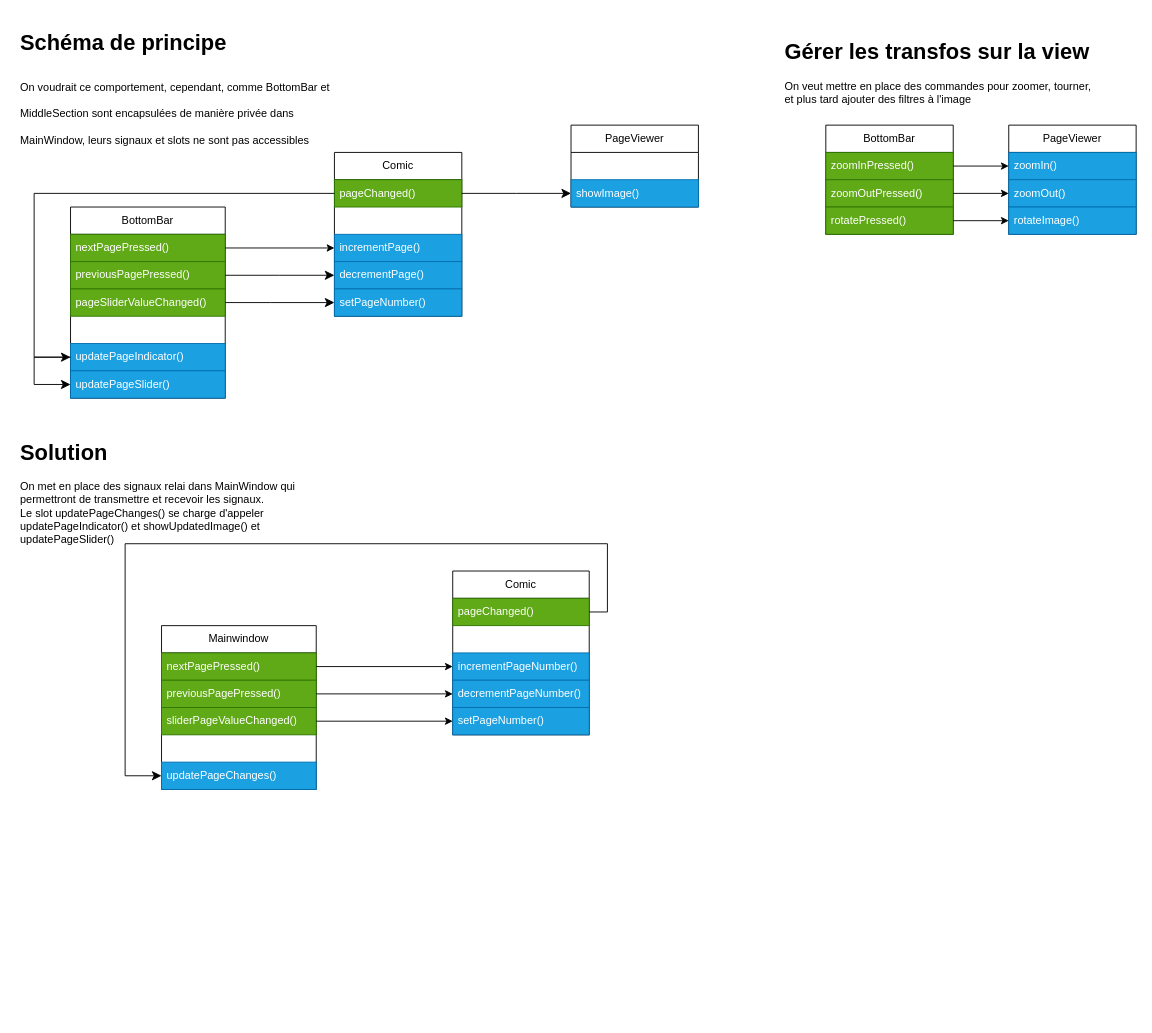
The draw.io diagram doc/design/signalsSlots_classes.drawio in nathanchandanson/Comic_book_reader, before the edit. Source tidied: cells renumbered, new cells numbered last; positions are measured from the earlier drawing's top-left corner, leaving out a move shared by most shapes. Both pictures are drawn from the tidied source at 91%, with x=0, y=0 at pixel (15, 25).
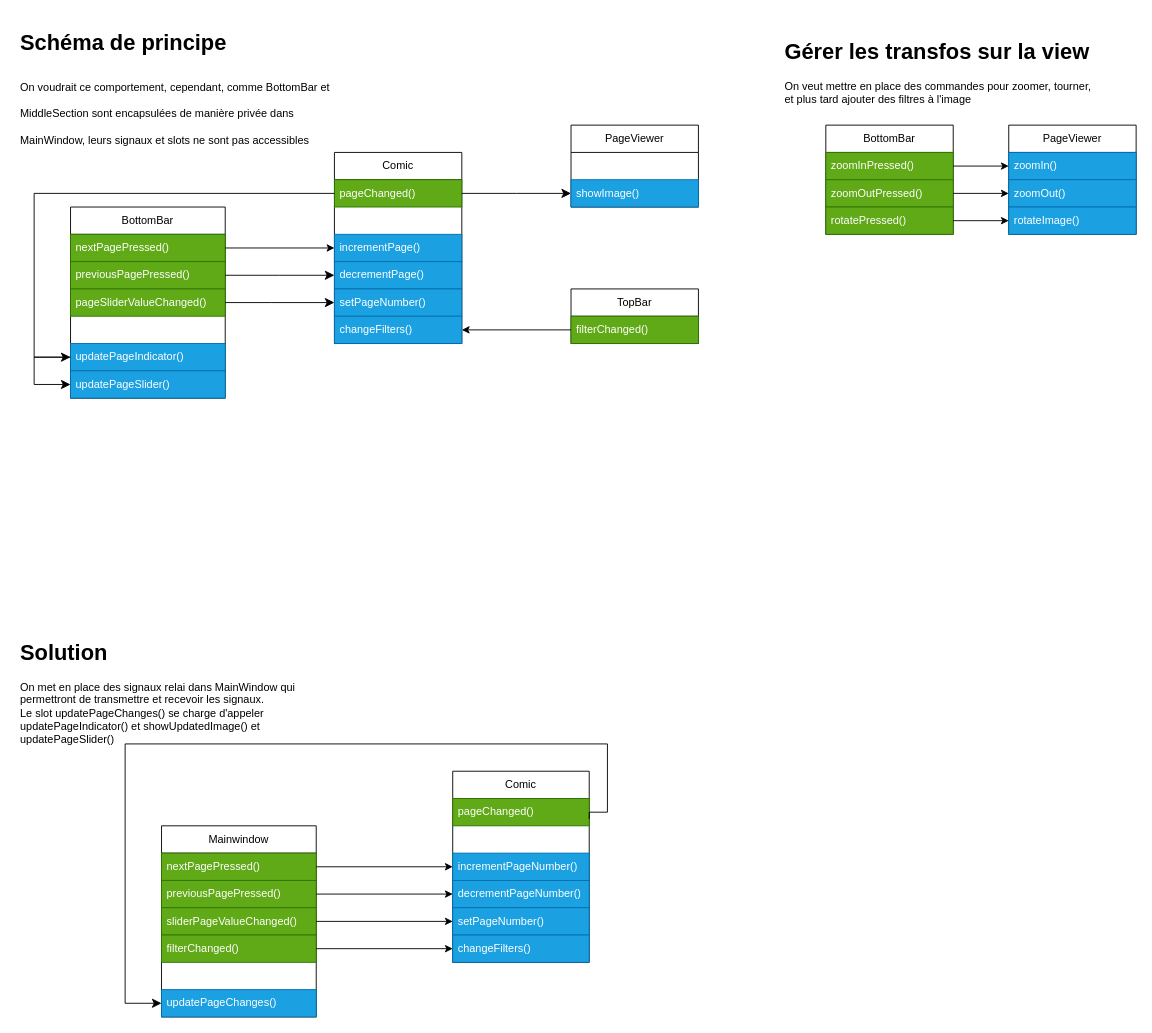
The same diagram, later.

The change refers to these unchanged cells:
```xml
<mxCell id="12" value="showImage()" style="text;strokeColor=#006EAF;fillColor=#1ba1e2;align=left;verticalAlign=middle;spacingLeft=4;spacingRight=4;overflow=hidden;points=[[0,0.5],[1,0.5]];portConstraint=eastwest;whiteSpace=wrap;html=1;fontColor=#ffffff;" parent="10" vertex="1">
  <mxGeometry y="60" width="140" height="30" as="geometry" />
</mxCell>
<mxCell id="14" value="pageChanged()" style="text;strokeColor=#2D7600;fillColor=#60a917;align=left;verticalAlign=middle;spacingLeft=4;spacingRight=4;overflow=hidden;points=[[0,0.5],[1,0.5]];portConstraint=eastwest;whiteSpace=wrap;html=1;fontColor=#ffffff;" parent="13" vertex="1">
  <mxGeometry y="30" width="140" height="30" as="geometry" />
</mxCell>
```

Diff of the diagram source:
```diff
@@
     <mxCell id="13" value="Comic" style="swimlane;fontStyle=0;horizontal=1;startSize=30;whiteSpace=wrap;html=1;" parent="1" vertex="1">
-      <mxGeometry x="350" y="140" width="140" height="180" as="geometry" />
+      <mxGeometry x="350" y="140" width="140" height="210" as="geometry" />
     </mxCell>
@@
+    <mxCell id="54" value="changeFilters()" style="text;strokeColor=#006EAF;fillColor=#1ba1e2;align=left;verticalAlign=middle;spacingLeft=4;spacingRight=4;overflow=hidden;points=[[0,0.5],[1,0.5]];portConstraint=eastwest;whiteSpace=wrap;html=1;fontColor=#ffffff;" parent="13" vertex="1">
+      <mxGeometry y="180" width="140" height="30" as="geometry" />
+    </mxCell>
-    <mxCell id="19" style="edgeStyle=elbowEdgeStyle;elbow=horizontal;endArrow=classic;html=1;curved=0;rounded=0;endSize=8;startSize=8;exitX=1;exitY=0.25;exitDx=0;exitDy=0;entryX=0;entryY=0.5;entryDx=0;entryDy=0;" parent="1" edge="1" source="13" target="12">
+    <mxCell id="19" style="edgeStyle=elbowEdgeStyle;elbow=horizontal;endArrow=classic;html=1;curved=0;rounded=0;endSize=8;startSize=8;exitX=1;exitY=0.5;exitDx=0;exitDy=0;entryX=0;entryY=0.5;entryDx=0;entryDy=0;" parent="1" edge="1" source="14" target="12">
       <mxGeometry relative="1" as="geometry" />
     </mxCell>
@@
     <mxCell id="23" value="Mainwindow" style="swimlane;fontStyle=0;horizontal=1;startSize=30;whiteSpace=wrap;html=1;" parent="1" vertex="1">
-      <mxGeometry x="160" y="660" width="170" height="180" as="geometry" />
+      <mxGeometry x="160" y="880" width="170" height="210" as="geometry" />
     </mxCell>
@@
+    <mxCell id="55" value="filterChanged()" style="text;strokeColor=#2D7600;fillColor=#60a917;align=left;verticalAlign=middle;spacingLeft=4;spacingRight=4;overflow=hidden;points=[[0,0.5],[1,0.5]];portConstraint=eastwest;whiteSpace=wrap;html=1;fontColor=#ffffff;" parent="23" vertex="1">
+      <mxGeometry y="120" width="170" height="30" as="geometry" />
+    </mxCell>
     <mxCell id="27" style="text;strokeColor=none;fillColor=none;align=left;verticalAlign=middle;spacingLeft=4;spacingRight=4;overflow=hidden;whiteSpace=wrap;html=1;" parent="23" vertex="1">
-      <mxGeometry y="120" width="170" height="30" as="geometry" />
+      <mxGeometry y="150" width="170" height="30" as="geometry" />
     </mxCell>
     <mxCell id="28" value="updatePageChanges()" style="text;strokeColor=#006EAF;fillColor=#1ba1e2;align=left;verticalAlign=middle;spacingLeft=4;spacingRight=4;overflow=hidden;points=[[0,0.5],[1,0.5]];portConstraint=eastwest;whiteSpace=wrap;html=1;fontColor=#ffffff;" parent="23" vertex="1">
-      <mxGeometry y="150" width="170" height="30" as="geometry" />
+      <mxGeometry y="180" width="170" height="30" as="geometry" />
     </mxCell>
     <mxCell id="29" value="Comic" style="swimlane;fontStyle=0;horizontal=1;startSize=30;whiteSpace=wrap;html=1;" parent="1" vertex="1">
-      <mxGeometry x="480" y="600" width="150" height="180" as="geometry" />
+      <mxGeometry x="480" y="820" width="150" height="210" as="geometry" />
     </mxCell>
@@
+    <mxCell id="56" value="changeFilters()" style="text;strokeColor=#006EAF;fillColor=#1ba1e2;align=left;verticalAlign=middle;spacingLeft=4;spacingRight=4;overflow=hidden;points=[[0,0.5],[1,0.5]];portConstraint=eastwest;whiteSpace=wrap;html=1;fontColor=#ffffff;" parent="29" vertex="1">
+      <mxGeometry y="180" width="150" height="30" as="geometry" />
+    </mxCell>
@@
-    <mxCell id="38" style="edgeStyle=segmentEdgeStyle;endArrow=classic;html=1;curved=0;rounded=0;endSize=8;startSize=8;exitX=1;exitY=0.25;exitDx=0;exitDy=0;entryX=0;entryY=0.5;entryDx=0;entryDy=0;" parent="1" edge="1" source="29" target="28">
+    <mxCell id="38" style="edgeStyle=segmentEdgeStyle;endArrow=classic;html=1;curved=0;rounded=0;endSize=8;startSize=8;exitX=1;exitY=0.25;exitDx=0;exitDy=0;" parent="1" edge="1" source="29">
       <mxGeometry relative="1" as="geometry">
+        <mxPoint x="160" y="1075" as="targetPoint" />
         <Array as="points">
-          <mxPoint x="650" y="645" />
-          <mxPoint x="650" y="570" />
-          <mxPoint x="120" y="570" />
-          <mxPoint x="120" y="825" />
+          <mxPoint x="650" y="865" />
+          <mxPoint x="650" y="790" />
+          <mxPoint x="120" y="790" />
+          <mxPoint x="120" y="1075" />
         </Array>
       </mxGeometry>
     </mxCell>
@@
     <mxCell id="40" value="&lt;h1&gt;&lt;span style=&quot;background-color: initial;&quot;&gt;Solution&lt;/span&gt;&lt;/h1&gt;&lt;div&gt;&lt;span style=&quot;background-color: initial;&quot;&gt;On met en place des signaux relai dans MainWindow qui permettront de transmettre et recevoir les signaux.&lt;/span&gt;&lt;/div&gt;&lt;div&gt;Le slot updatePageChanges() se charge d'appeler updatePageIndicator() et showUpdatedImage() et updatePageSlider()&lt;/div&gt;" style="text;html=1;strokeColor=none;fillColor=none;spacing=5;spacingTop=-20;whiteSpace=wrap;overflow=hidden;rounded=0;" parent="1" vertex="1">
-      <mxGeometry y="450" width="350" height="140" as="geometry" />
+      <mxGeometry y="670" width="350" height="140" as="geometry" />
     </mxCell>
@@
+    <mxCell id="57" value="TopBar" style="swimlane;fontStyle=0;horizontal=1;startSize=30;whiteSpace=wrap;html=1;" parent="1" vertex="1">
+      <mxGeometry x="610" y="290" width="140" height="60" as="geometry" />
+    </mxCell>
+    <mxCell id="58" value="filterChanged()" style="text;strokeColor=#2D7600;fillColor=#60a917;align=left;verticalAlign=middle;spacingLeft=4;spacingRight=4;overflow=hidden;points=[[0,0.5],[1,0.5]];portConstraint=eastwest;whiteSpace=wrap;html=1;fontColor=#ffffff;" parent="57" vertex="1">
+      <mxGeometry y="30" width="140" height="30" as="geometry" />
+    </mxCell>
+    <mxCell id="59" style="edgeStyle=none;html=1;exitX=0;exitY=0.5;exitDx=0;exitDy=0;entryX=1;entryY=0.5;entryDx=0;entryDy=0;" parent="1" edge="1" source="58" target="54">
+      <mxGeometry relative="1" as="geometry" />
+    </mxCell>
+    <mxCell id="60" style="edgeStyle=none;html=1;exitX=1;exitY=0.5;exitDx=0;exitDy=0;entryX=0;entryY=0.5;entryDx=0;entryDy=0;" parent="1" edge="1" source="55" target="56">
+      <mxGeometry relative="1" as="geometry" />
+    </mxCell>
```
